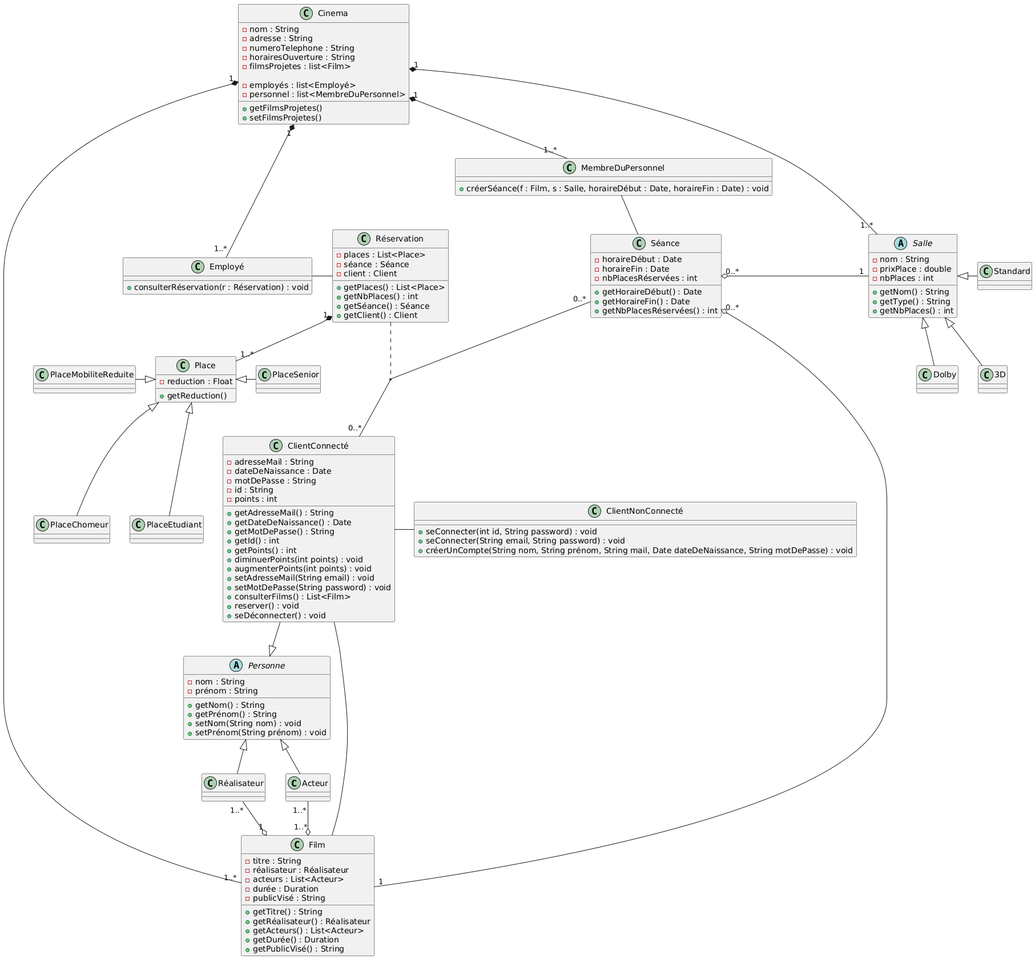
Above: uml/img/3-diagrammeClasses.png in AquaBx/omd-tp-1 (PlantUML), before the change.
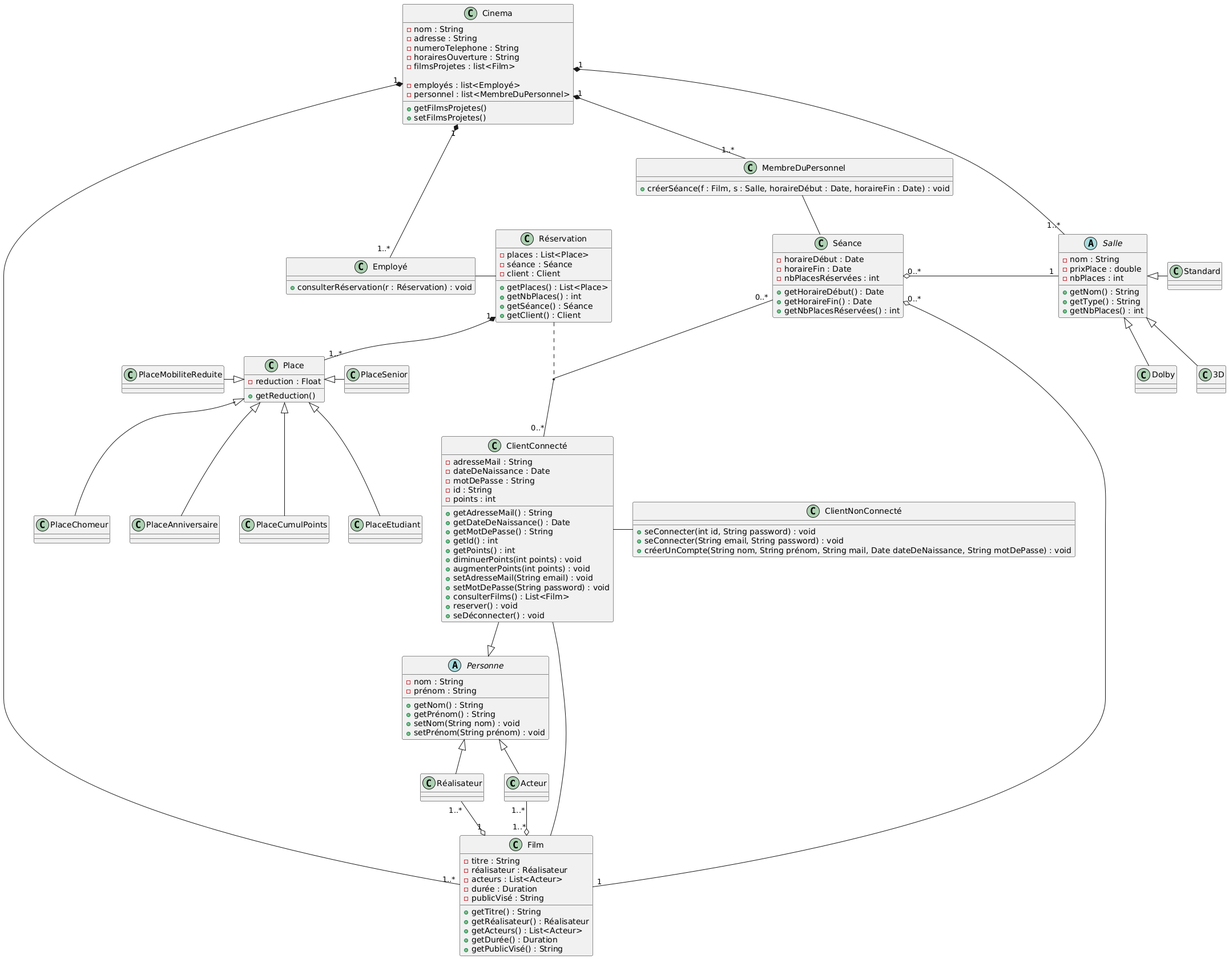
Above is the later version.

What changed in the source:
```diff
@@ -116,6 +116,9 @@
 Place <|-- PlaceChomeur
 Place <|- PlaceSenior
 PlaceMobiliteReduite -|> Place
+Place <|-- PlaceAnniversaire
+Place <|-- PlaceCumulPoints
+
 
 class Séance {
     - horaireDébut : Date
```
